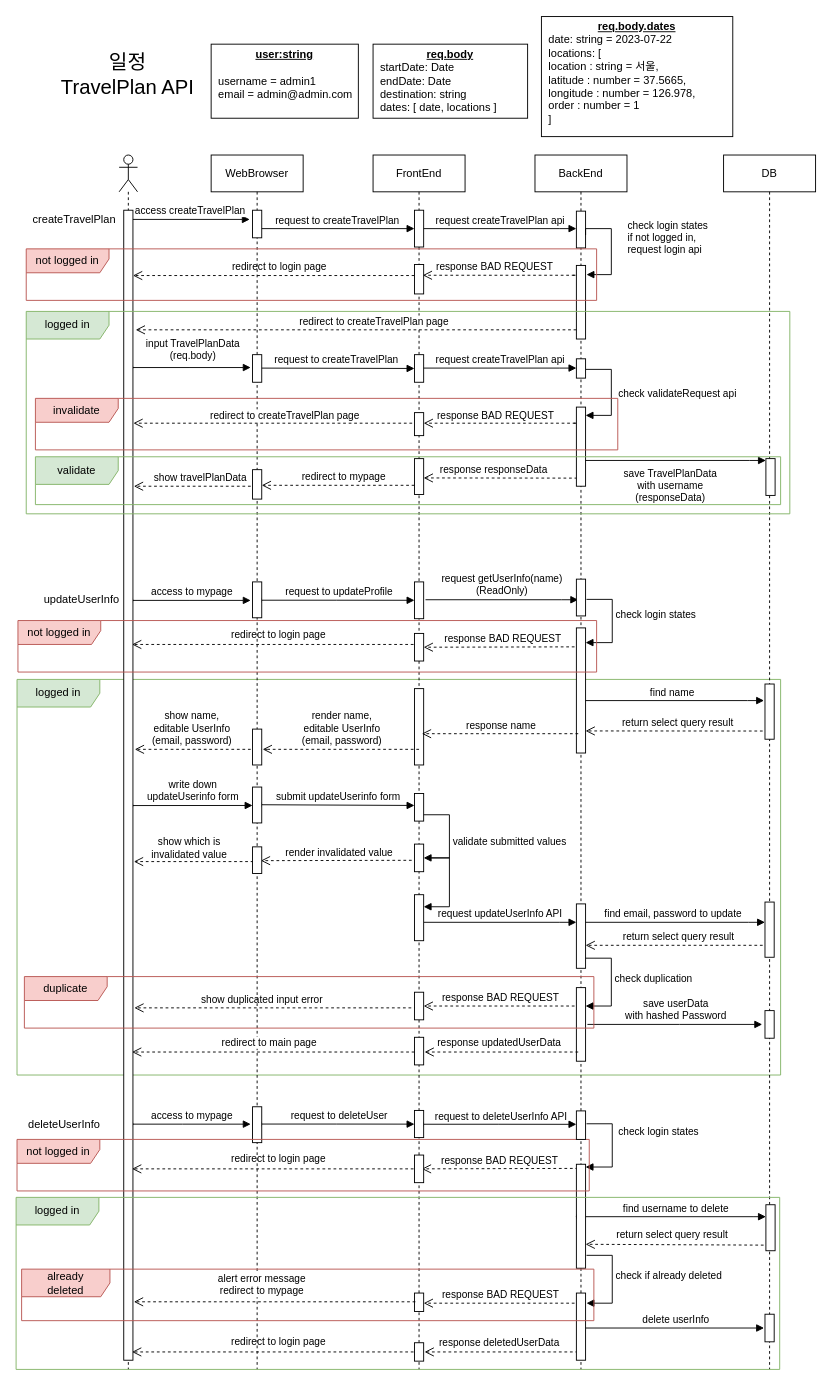
Earlier version of the draw.io diagram diagrams/travelPlan.drawio (heesankim/StarRoad_Project_Backend). Source tidied: cells renumbered, new cells numbered last; positions are measured from the earlier drawing's top-left corner, leaving out a move shared by most shapes. Both pictures are drawn from the tidied source at 92%, with x=0, y=0 at pixel (16, 17).
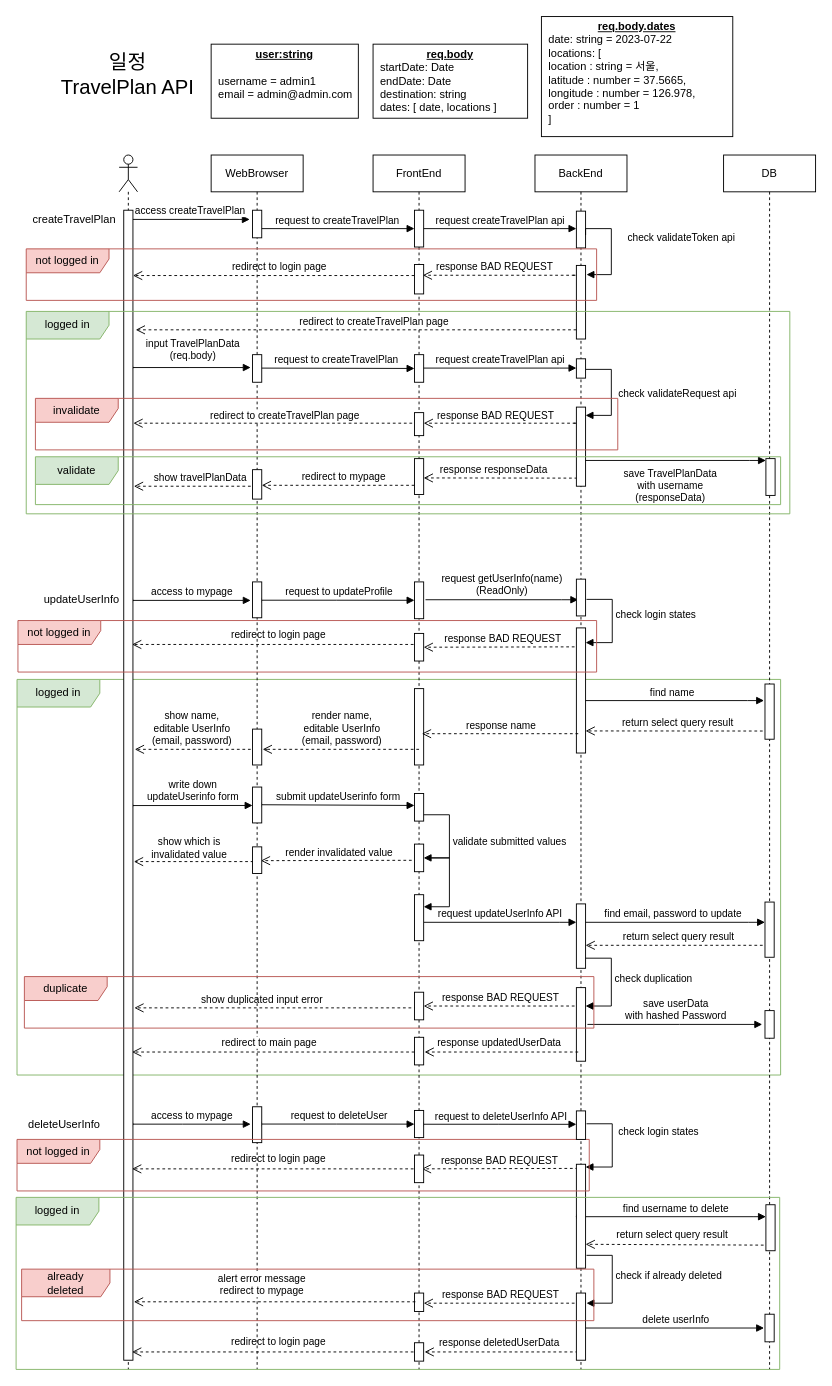
The same page after the edit.

Commit message (it also covers changes not shown here):
fix: 사용자 인증시 validateToken api 사용으로 수정

Change to the diagram source:
```diff
@@
-    <mxCell id="102" value="check login states&lt;br&gt;if not logged in,&amp;nbsp;&lt;br&gt;request login api" style="html=1;align=left;spacingLeft=2;endArrow=block;rounded=0;edgeStyle=orthogonalEdgeStyle;curved=0;rounded=0;" parent="1" edge="1">
+    <mxCell id="102" value="check validateToken api" style="html=1;align=left;spacingLeft=2;endArrow=block;rounded=0;edgeStyle=orthogonalEdgeStyle;curved=0;rounded=0;" parent="1" edge="1">
       <mxGeometry x="-0.2" y="14" relative="1" as="geometry">
         <mxPoint x="619" y="237" as="sourcePoint" />
         <mxPoint x="620" y="280" as="targetPoint" />
         <Array as="points">
           <mxPoint x="619" y="230" />
           <mxPoint x="647" y="230" />
           <mxPoint x="647" y="280" />
         </Array>
       </mxGeometry>
     </mxCell>
```
